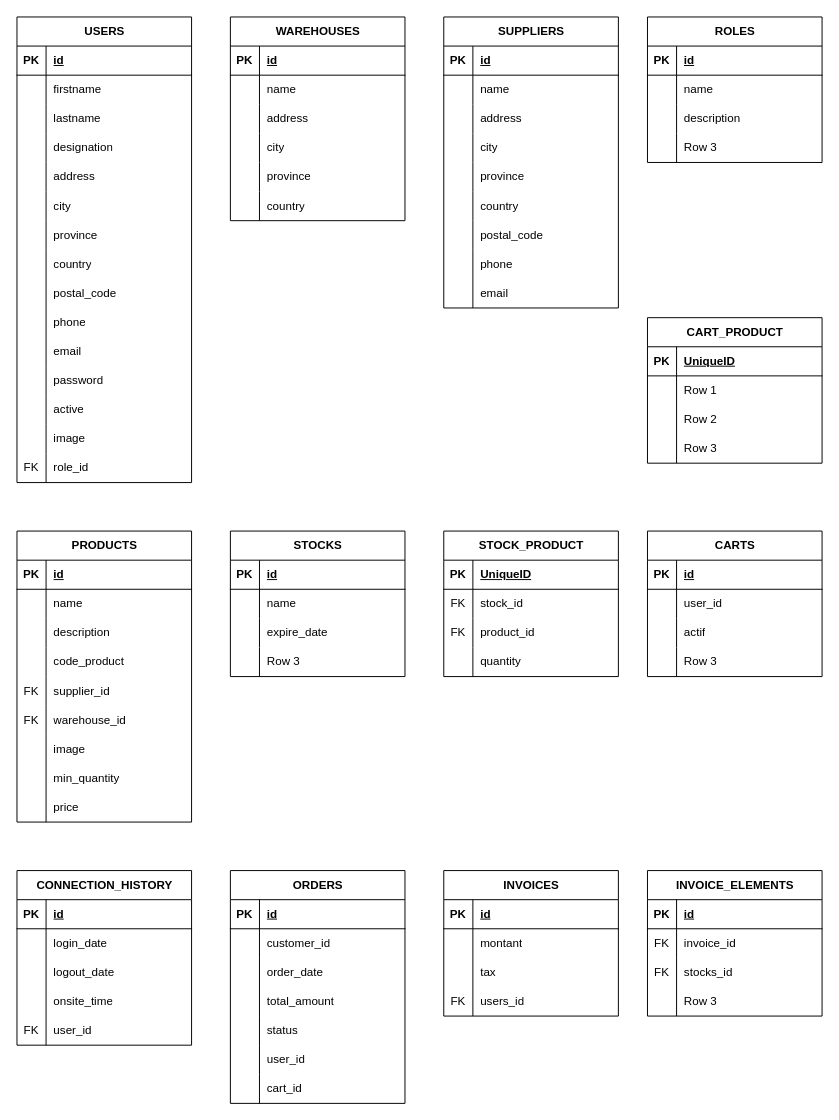
Above: session_finale_nik_et_gab.drawio in XxDxrkened/session_finale_nik_et_gab (draw.io), before the change. Source tidied: cells renumbered, new cells numbered last; positions are measured from the earlier drawing's top-left corner, leaving out a move shared by most shapes. Both pictures are drawn from the tidied source at 97%, with x=0, y=0 at pixel (16, 16).
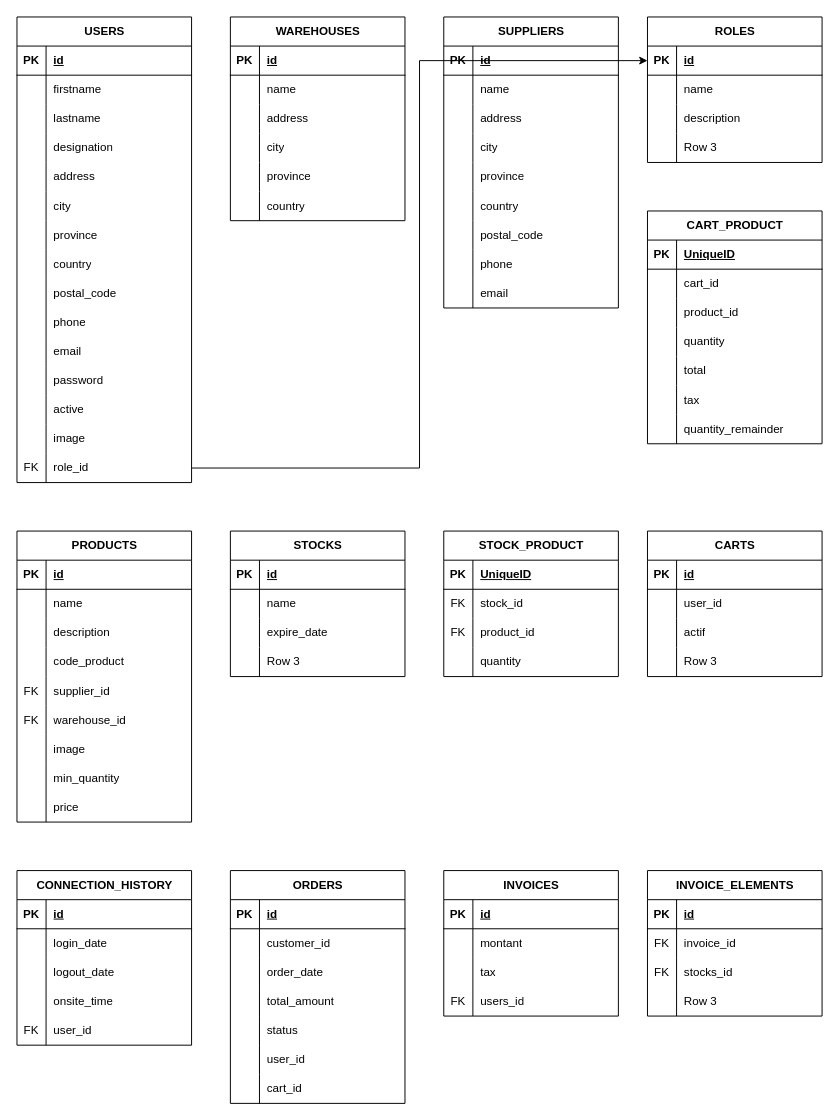
The same page after the edit.

Unchanged cells that the change refers to:
```xml
<mxCell id="19" style="shape=tableRow;horizontal=0;startSize=0;swimlaneHead=0;swimlaneBody=0;fillColor=none;top=0;left=0;right=0;bottom=0;" parent="15" vertex="1">
  <mxGeometry y="60" width="180" height="30" as="geometry" />
</mxCell>
<mxCell id="22" style="shape=tableRow;horizontal=0;startSize=0;swimlaneHead=0;swimlaneBody=0;fillColor=none;top=0;left=0;right=0;bottom=0;" parent="15" vertex="1">
  <mxGeometry y="90" width="180" height="30" as="geometry" />
</mxCell>
<mxCell id="25" style="shape=tableRow;horizontal=0;startSize=0;swimlaneHead=0;swimlaneBody=0;fillColor=none;top=0;left=0;right=0;bottom=0;" parent="15" vertex="1">
  <mxGeometry y="120" width="180" height="30" as="geometry" />
</mxCell>
<mxCell id="121" style="shape=tableRow;horizontal=0;startSize=0;swimlaneHead=0;swimlaneBody=0;fillColor=none;points=[[0,0.5],[1,0.5]];portConstraint=eastwest;top=0;left=0;right=0;bottom=1;" parent="120" vertex="1">
  <mxGeometry y="30" width="180" height="30" as="geometry" />
</mxCell>
<mxCell id="230" style="shape=tableRow;horizontal=0;startSize=0;swimlaneHead=0;swimlaneBody=0;fillColor=none;points=[[0,0.5],[1,0.5]];portConstraint=eastwest;top=0;left=0;right=0;bottom=0;" parent="187" vertex="1">
  <mxGeometry y="450" width="180" height="30" as="geometry" />
</mxCell>
```

The edit, as a diff of the source:
```diff
@@
     <mxCell id="15" value="CART_PRODUCT" style="shape=table;startSize=30;childLayout=tableLayout;rowLines=0;fontStyle=1;align=center;html=1;" parent="1" vertex="1">
-      <mxGeometry x="650" y="310" width="180" height="150" as="geometry" />
+      <mxGeometry x="650" y="200" width="180" height="240" as="geometry" />
     </mxCell>
@@
-    <mxCell id="21" value="Row 1" style="shape=partialRectangle;fillColor=none;top=0;left=0;bottom=0;right=0;align=left;spacingLeft=6;overflow=hidden;whiteSpace=wrap;html=1;" parent="19" vertex="1">
+    <mxCell id="21" value="cart_id" style="shape=partialRectangle;fillColor=none;top=0;left=0;bottom=0;right=0;align=left;spacingLeft=6;overflow=hidden;whiteSpace=wrap;html=1;" parent="19" vertex="1">
       <mxGeometry x="30" width="150" height="30" as="geometry" />
     </mxCell>
@@
-    <mxCell id="24" value="Row 2" style="shape=partialRectangle;fillColor=none;top=0;left=0;bottom=0;right=0;align=left;spacingLeft=6;overflow=hidden;whiteSpace=wrap;html=1;" parent="22" vertex="1">
+    <mxCell id="24" value="product_id" style="shape=partialRectangle;fillColor=none;top=0;left=0;bottom=0;right=0;align=left;spacingLeft=6;overflow=hidden;whiteSpace=wrap;html=1;" parent="22" vertex="1">
       <mxGeometry x="30" width="150" height="30" as="geometry" />
     </mxCell>
@@
-    <mxCell id="27" value="Row 3" style="shape=partialRectangle;fillColor=none;top=0;left=0;bottom=0;right=0;align=left;spacingLeft=6;overflow=hidden;whiteSpace=wrap;html=1;" parent="25" vertex="1">
+    <mxCell id="27" value="quantity" style="shape=partialRectangle;fillColor=none;top=0;left=0;bottom=0;right=0;align=left;spacingLeft=6;overflow=hidden;whiteSpace=wrap;html=1;" parent="25" vertex="1">
       <mxGeometry x="30" width="150" height="30" as="geometry" />
     </mxCell>
+    <mxCell id="252" style="shape=tableRow;horizontal=0;startSize=0;swimlaneHead=0;swimlaneBody=0;fillColor=none;top=0;left=0;right=0;bottom=0;" parent="15" vertex="1">
+      <mxGeometry y="150" width="180" height="30" as="geometry" />
+    </mxCell>
+    <mxCell id="253" style="shape=partialRectangle;fillColor=none;top=0;left=0;bottom=0;right=0;overflow=hidden;whiteSpace=wrap;html=1;" parent="252" vertex="1">
+      <mxGeometry width="30" height="30" as="geometry" />
+    </mxCell>
+    <mxCell id="254" value="total" style="shape=partialRectangle;fillColor=none;top=0;left=0;bottom=0;right=0;align=left;spacingLeft=6;overflow=hidden;whiteSpace=wrap;html=1;" parent="252" vertex="1">
+      <mxGeometry x="30" width="150" height="30" as="geometry" />
+    </mxCell>
+    <mxCell id="255" style="shape=tableRow;horizontal=0;startSize=0;swimlaneHead=0;swimlaneBody=0;fillColor=none;top=0;left=0;right=0;bottom=0;" parent="15" vertex="1">
+      <mxGeometry y="180" width="180" height="30" as="geometry" />
+    </mxCell>
+    <mxCell id="256" style="shape=partialRectangle;fillColor=none;top=0;left=0;bottom=0;right=0;overflow=hidden;whiteSpace=wrap;html=1;" parent="255" vertex="1">
+      <mxGeometry width="30" height="30" as="geometry" />
+    </mxCell>
+    <mxCell id="257" value="tax" style="shape=partialRectangle;fillColor=none;top=0;left=0;bottom=0;right=0;align=left;spacingLeft=6;overflow=hidden;whiteSpace=wrap;html=1;" parent="255" vertex="1">
+      <mxGeometry x="30" width="150" height="30" as="geometry" />
+    </mxCell>
+    <mxCell id="258" style="shape=tableRow;horizontal=0;startSize=0;swimlaneHead=0;swimlaneBody=0;fillColor=none;top=0;left=0;right=0;bottom=0;" parent="15" vertex="1">
+      <mxGeometry y="210" width="180" height="30" as="geometry" />
+    </mxCell>
+    <mxCell id="259" style="shape=partialRectangle;fillColor=none;top=0;left=0;bottom=0;right=0;overflow=hidden;whiteSpace=wrap;html=1;" parent="258" vertex="1">
+      <mxGeometry width="30" height="30" as="geometry" />
+    </mxCell>
+    <mxCell id="260" value="quantity_remainder" style="shape=partialRectangle;fillColor=none;top=0;left=0;bottom=0;right=0;align=left;spacingLeft=6;overflow=hidden;whiteSpace=wrap;html=1;" parent="258" vertex="1">
+      <mxGeometry x="30" width="150" height="30" as="geometry" />
+    </mxCell>
@@
+    <mxCell id="261" style="edgeStyle=orthogonalEdgeStyle;rounded=0;jettySize=auto;html=1;exitX=1;exitY=0.5;exitDx=0;exitDy=0;entryX=0;entryY=0.5;entryDx=0;entryDy=0;" parent="1" edge="1" source="230" target="121">
+      <mxGeometry relative="1" as="geometry" />
+    </mxCell>
```
